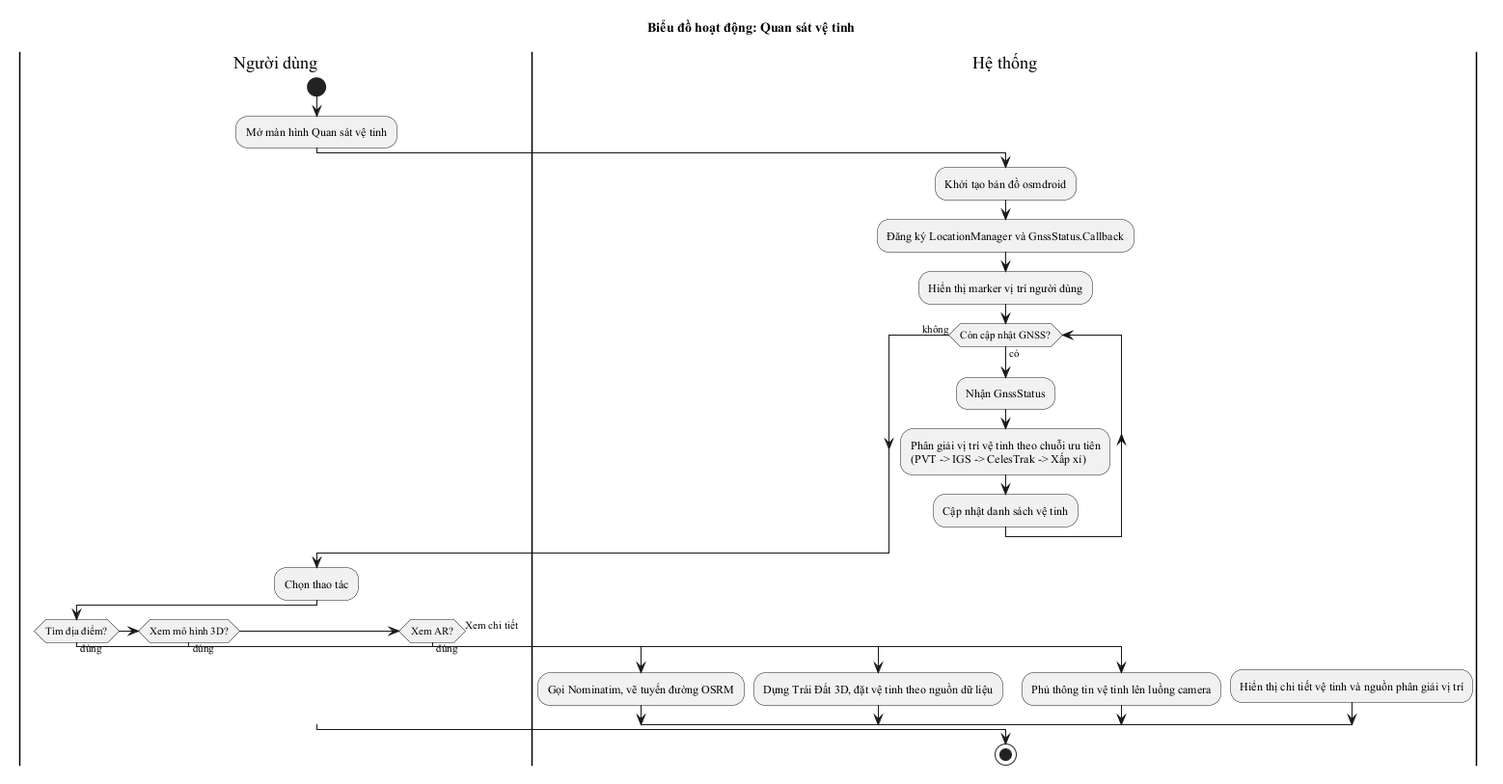
Before: figures/activity_quan_sat_ve_tinh.png, a diagram exported from PlantUML (thanhmobile080604/My-Thesis-Latex).
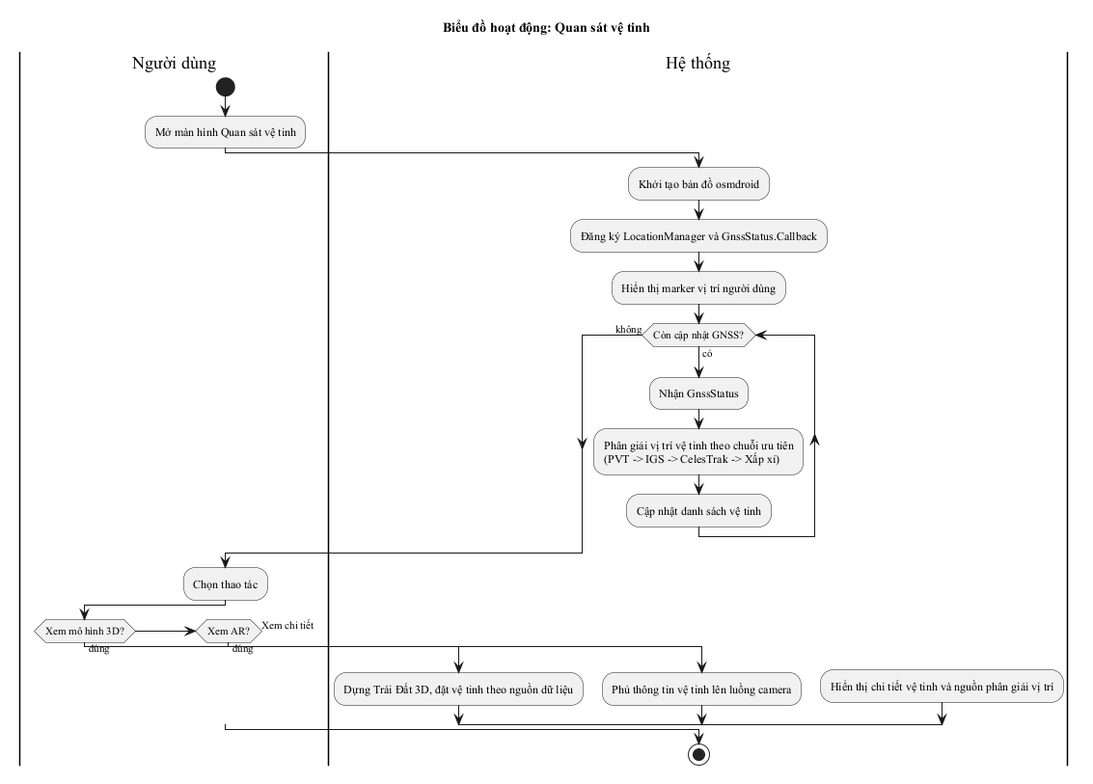
Later version of the same file.

The edit, as a diff of the source:
```diff
@@ -16,10 +16,7 @@
 endwhile (không)
 |Người dùng|
 :Chọn thao tác;
-if (Tìm địa điểm?) then (đúng)
-  |Hệ thống|
-  :Gọi Nominatim, vẽ tuyến đường OSRM;
-elseif (Xem mô hình 3D?) then (đúng)
+if (Xem mô hình 3D?) then (đúng)
   |Hệ thống|
   :Dựng Trái Đất 3D, đặt vệ tinh theo nguồn dữ liệu;
 elseif (Xem AR?) then (đúng)
```
